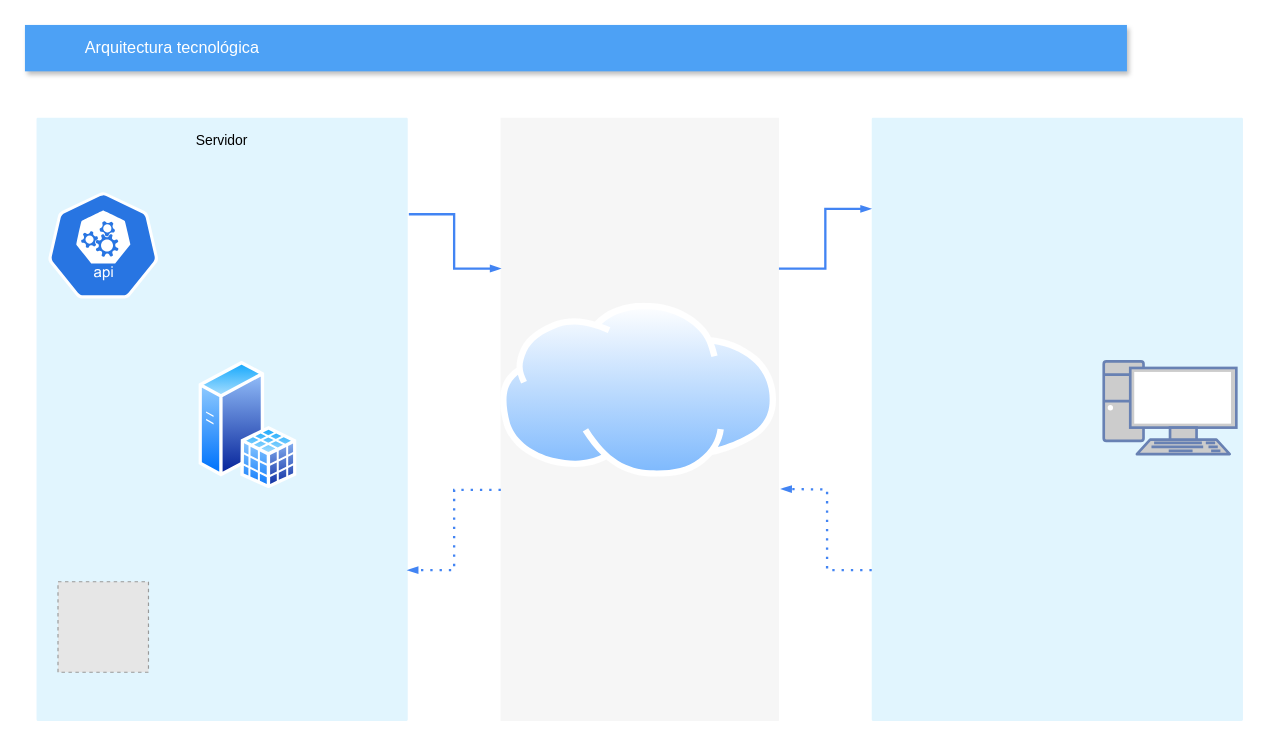
This is Untitled Diagram.drawio from GraveMind2/rvs, a draw.io file, before an edit. Source tidied: cells renumbered, new cells numbered last; positions are measured from the earlier drawing's top-left corner, leaving out a move shared by most shapes. Both pictures are drawn from the tidied source at 116%, with x=0, y=0 at pixel (24, 24). Pictures stored in the file or linked from it are replaced by grey dashed boxes.
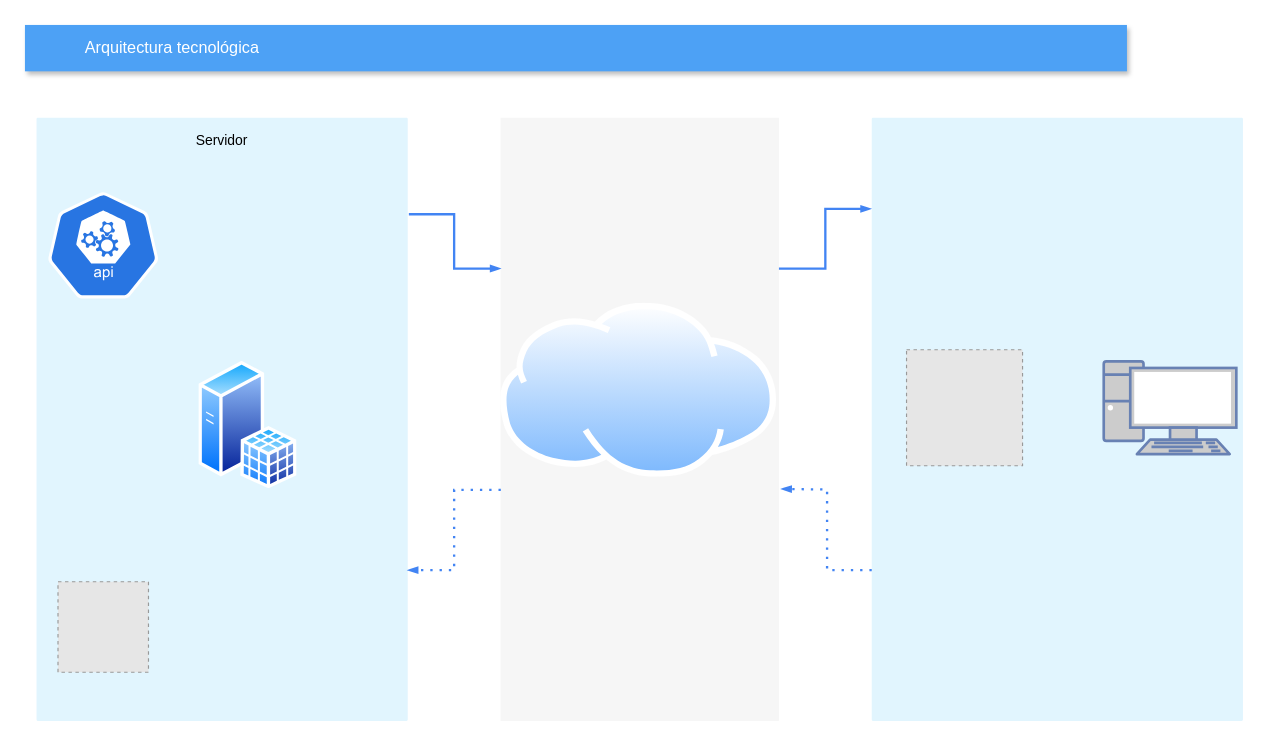
The same page after the edit.

The edit, as a diff of the source:
```diff
@@
 <mxGraphModel background="#ffffff">
   <root>
     <mxCell id="0" />
     <mxCell id="1" parent="0" />
     <mxCell id="2" style="fillColor=#F6F6F6;strokeColor=none;shadow=0;gradientColor=none;fontSize=14;align=left;spacing=10;fontColor=#717171;9E9E9E;verticalAlign=top;spacingTop=-4;fontStyle=0;spacingLeft=40;html=1;" parent="1" vertex="1">
       <mxGeometry x="410" y="80" width="240" height="520" as="geometry" />
     </mxCell>
     <mxCell id="3" value="Arquitectura tecnológica&amp;nbsp;" style="fillColor=#4DA1F5;strokeColor=none;shadow=1;gradientColor=none;fontSize=14;align=left;spacingLeft=50;fontColor=#ffffff;html=1;" parent="1" vertex="1">
       <mxGeometry width="950" height="40" as="geometry" />
     </mxCell>
     <mxCell id="4" style="rounded=1;absoluteArcSize=1;arcSize=2;html=1;strokeColor=none;gradientColor=none;shadow=0;dashed=0;fontSize=12;fontColor=#9E9E9E;align=left;verticalAlign=top;spacing=10;spacingTop=-4;fillColor=#E1F5FE;" parent="1" vertex="1">
       <mxGeometry x="730" y="80" width="320" height="520" as="geometry" />
     </mxCell>
     <mxCell id="5" style="rounded=1;absoluteArcSize=1;arcSize=2;html=1;strokeColor=none;gradientColor=none;shadow=0;dashed=0;fontSize=12;fontColor=#9E9E9E;align=left;verticalAlign=top;spacing=10;spacingTop=-4;fillColor=#E1F5FE;" parent="1" vertex="1">
       <mxGeometry x="10" y="80" width="320" height="520" as="geometry" />
     </mxCell>
     <mxCell id="6" style="html=1;dashed=0;whitespace=wrap;fillColor=#2875E2;strokeColor=#ffffff;shape=mxgraph.kubernetes.icon;prIcon=api;" parent="1" vertex="1">
       <mxGeometry x="20" y="140" width="95" height="100" as="geometry" />
     </mxCell>
     <mxCell id="7" style="edgeStyle=orthogonalEdgeStyle;fontSize=12;html=1;endArrow=blockThin;endFill=1;rounded=0;strokeWidth=2;endSize=4;startSize=4;dashed=0;strokeColor=#4284F3;exitX=1.003;exitY=0.16;exitDx=0;exitDy=0;exitPerimeter=0;entryX=0;entryY=0.25;entryDx=0;entryDy=0;" parent="1" edge="1" source="5" target="2">
       <mxGeometry relative="1" as="geometry" />
     </mxCell>
     <mxCell id="8" style="edgeStyle=orthogonalEdgeStyle;fontSize=12;html=1;endArrow=blockThin;endFill=1;rounded=0;strokeWidth=2;endSize=4;startSize=4;dashed=0;strokeColor=#4284F3;entryX=-0.002;entryY=0.151;entryDx=0;entryDy=0;entryPerimeter=0;exitX=1;exitY=0.25;exitDx=0;exitDy=0;" parent="1" edge="1" source="2" target="4">
       <mxGeometry relative="1" as="geometry" />
     </mxCell>
     <mxCell id="9" style="edgeStyle=orthogonalEdgeStyle;fontSize=12;html=1;endArrow=blockThin;endFill=1;rounded=0;strokeWidth=2;endSize=4;startSize=4;dashed=1;dashPattern=1 3;strokeColor=#4284F3;entryX=1;entryY=0.75;entryDx=0;entryDy=0;exitX=0.001;exitY=0.617;exitDx=0;exitDy=0;exitPerimeter=0;" parent="1" edge="1" source="2" target="5">
       <mxGeometry relative="1" as="geometry" />
     </mxCell>
     <mxCell id="10" style="edgeStyle=orthogonalEdgeStyle;fontSize=12;html=1;endArrow=blockThin;endFill=1;rounded=0;strokeWidth=2;endSize=4;startSize=4;dashed=1;dashPattern=1 3;strokeColor=#4284F3;exitX=0;exitY=0.75;exitDx=0;exitDy=0;" parent="1" edge="1" source="4">
       <mxGeometry relative="1" as="geometry">
         <mxPoint x="652" y="400" as="targetPoint" />
       </mxGeometry>
     </mxCell>
     <mxCell id="11" value="Servidor" style="text;html=1;strokeColor=none;fillColor=none;align=center;verticalAlign=middle;whiteSpace=wrap;rounded=0;" parent="1" vertex="1">
       <mxGeometry x="150" y="90" width="40" height="20" as="geometry" />
     </mxCell>
     <mxCell id="12" style="perimeter=ellipsePerimeter;html=1;align=center;shadow=0;dashed=0;spacingTop=3;image;image=img/lib/active_directory/internet_cloud.svg;" parent="1" vertex="1">
       <mxGeometry x="410" y="240" width="238.1" height="150" as="geometry" />
     </mxCell>
     <mxCell id="13" style="perimeter=ellipsePerimeter;html=1;align=center;shadow=0;dashed=0;spacingTop=3;image;image=img/lib/active_directory/sql_server.svg;" parent="1" vertex="1">
       <mxGeometry x="150" y="290" width="84.7" height="110" as="geometry" />
     </mxCell>
     <mxCell id="14" style="fillColor=#E6E6E6;strokeColor=#999999;dashed=1;html=1;verticalAlign=top;verticalLabelPosition=bottom;labelBackgroundColor=#ffffff;" parent="1" vertex="1">
       <mxGeometry x="28.5" y="480" width="78" height="78" as="geometry" />
     </mxCell>
     <mxCell id="15" style="fontColor=#0066CC;verticalAlign=top;verticalLabelPosition=bottom;labelPosition=center;align=center;html=1;fillColor=#CCCCCC;strokeColor=#6881B3;gradientColor=none;gradientDirection=north;strokeWidth=2;shape=mxgraph.networks.pc;" parent="1" vertex="1">
       <mxGeometry x="930" y="290" width="114.3" height="80" as="geometry" />
     </mxCell>
+    <mxCell id="16" style="fillColor=#E6E6E6;strokeColor=#999999;dashed=1;html=1;verticalAlign=top;verticalLabelPosition=bottom;labelBackgroundColor=#ffffff;" parent="1" vertex="1">
+      <mxGeometry x="760" y="280" width="100" height="100" as="geometry" />
+    </mxCell>
   </root>
 </mxGraphModel>
```
